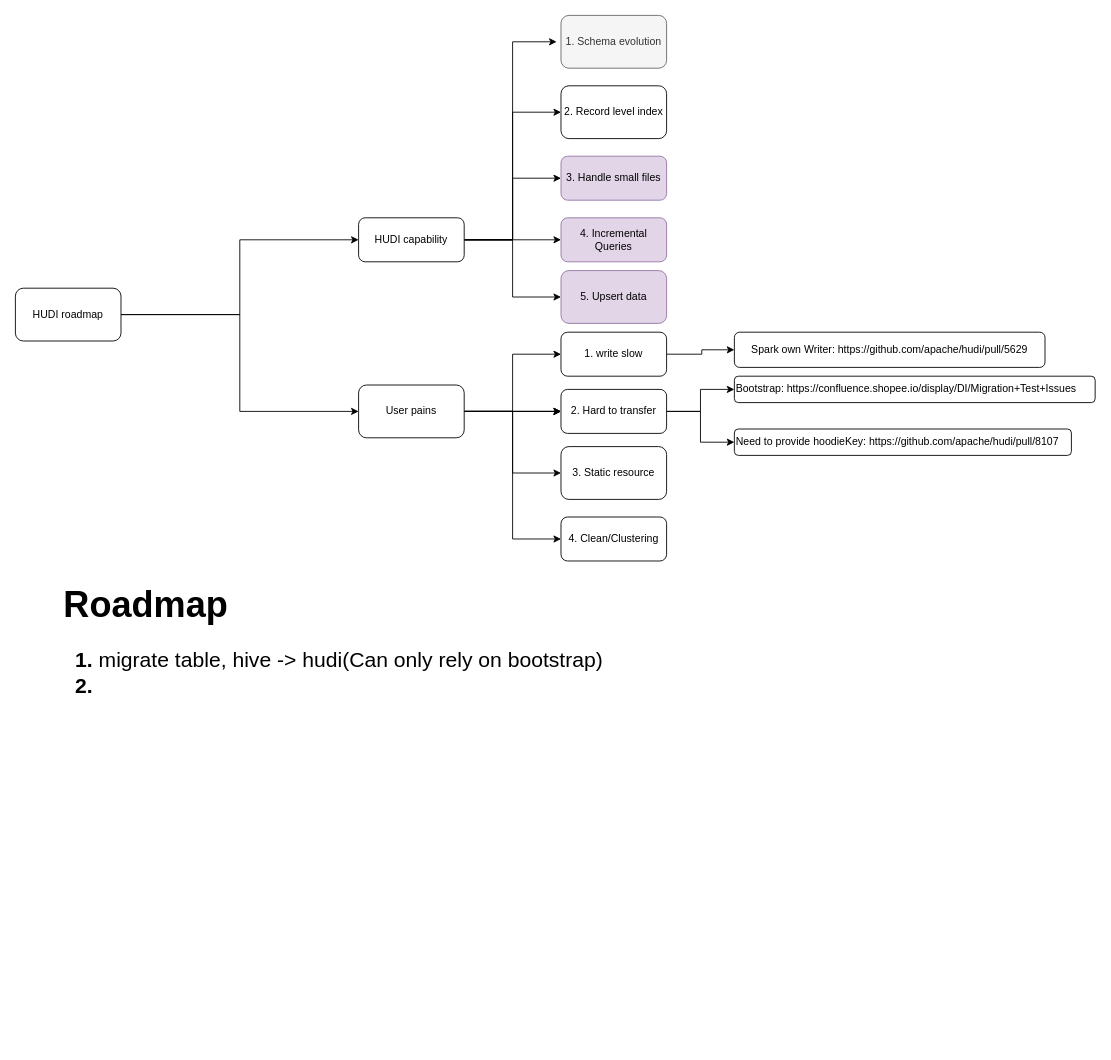
This is HUDI_roadmap.drawio from boneanxs/drawIo, a draw.io file, before an edit. Source tidied: cells renumbered, new cells numbered last; positions are measured from the earlier drawing's top-left corner, leaving out a move shared by most shapes. Both pictures are drawn from the tidied source at 88%, with x=0, y=0 at pixel (15, 15).
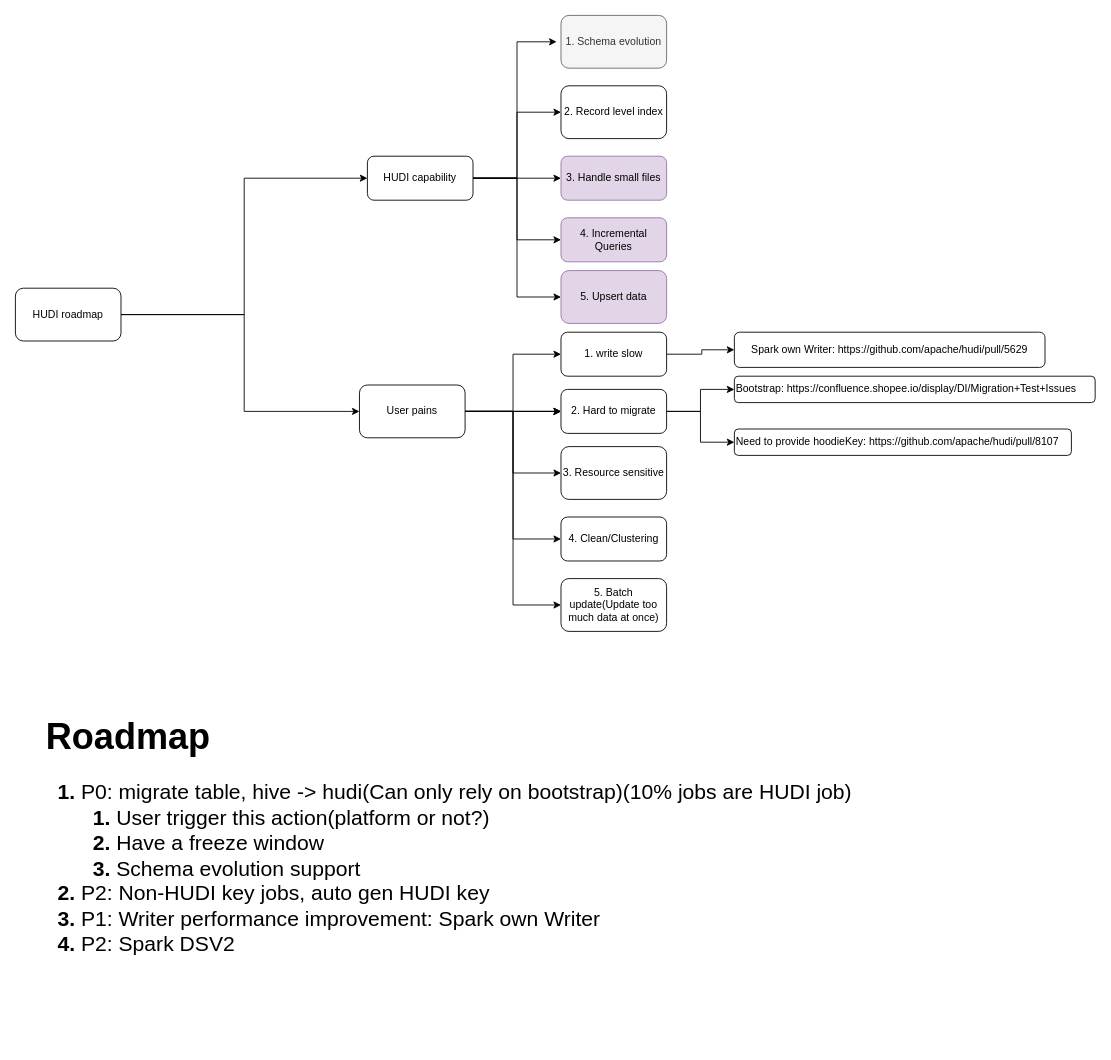
Above is the later version.

Unchanged cells that the change refers to:
```xml
<mxCell id="4" value="HUDI roadmap" style="rounded=1;whiteSpace=wrap;html=1;" parent="1" vertex="1">
  <mxGeometry y="310" width="120" height="60" as="geometry" />
</mxCell>
```

Change to the diagram source:
```diff
@@
     <mxCell id="3" style="edgeStyle=orthogonalEdgeStyle;rounded=0;jettySize=auto;html=1;entryX=0;entryY=0.5;entryDx=0;entryDy=0;" parent="1" edge="1" source="4" target="22">
-      <mxGeometry relative="1" as="geometry" />
+      <mxGeometry relative="1" as="geometry">
+        <Array as="points">
+          <mxPoint x="260" y="340" />
+          <mxPoint x="260" y="450" />
+        </Array>
+      </mxGeometry>
     </mxCell>
@@
-    <mxCell id="5" style="edgeStyle=orthogonalEdgeStyle;rounded=0;orthogonalLoop=1;jettySize=auto;html=1;entryX=0;entryY=0.5;entryDx=0;entryDy=0;exitX=1;exitY=0.5;exitDx=0;exitDy=0;" parent="1" edge="1">
+    <mxCell id="5" style="edgeStyle=orthogonalEdgeStyle;rounded=0;jettySize=auto;html=1;entryX=0;entryY=0.5;entryDx=0;entryDy=0;exitX=1;exitY=0.5;exitDx=0;exitDy=0;" parent="1" edge="1" source="10">
       <mxGeometry relative="1" as="geometry">
-        <mxPoint x="505" y="255" as="sourcePoint" />
         <mxPoint x="615" y="30" as="targetPoint" />
         <Array as="points">
-          <mxPoint x="565" y="255" />
-          <mxPoint x="565" y="30" />
+          <mxPoint x="570" y="185" />
+          <mxPoint x="570" y="30" />
         </Array>
       </mxGeometry>
     </mxCell>
@@
     <mxCell id="10" value="HUDI capability" style="whiteSpace=wrap;html=1;rounded=1;" parent="1" vertex="1">
-      <mxGeometry x="390" y="230" width="120" height="50" as="geometry" />
+      <mxGeometry x="400" y="160" width="120" height="50" as="geometry" />
     </mxCell>
@@
+    <mxCell id="34" style="edgeStyle=orthogonalEdgeStyle;rounded=0;jettySize=auto;html=1;entryX=0;entryY=0.5;entryDx=0;entryDy=0;" parent="1" edge="1" source="22" target="35">
+      <mxGeometry relative="1" as="geometry" />
+    </mxCell>
     <mxCell id="22" value="User pains" style="whiteSpace=wrap;html=1;rounded=1;" parent="1" vertex="1">
-      <mxGeometry x="390" y="420" width="120" height="60" as="geometry" />
+      <mxGeometry x="391" y="420" width="120" height="60" as="geometry" />
     </mxCell>
@@
-    <mxCell id="27" value="2. Hard to transfer" style="whiteSpace=wrap;html=1;rounded=1;" parent="1" vertex="1">
+    <mxCell id="27" value="2. Hard to migrate" style="whiteSpace=wrap;html=1;rounded=1;" parent="1" vertex="1">
       <mxGeometry x="620" y="425" width="120" height="50" as="geometry" />
     </mxCell>
-    <mxCell id="28" value="3. Static resource" style="whiteSpace=wrap;html=1;rounded=1;" parent="1" vertex="1">
+    <mxCell id="28" value="3. Resource sensitive" style="whiteSpace=wrap;html=1;rounded=1;" parent="1" vertex="1">
       <mxGeometry x="620" y="490" width="120" height="60" as="geometry" />
     </mxCell>
@@
-    <mxCell id="33" value="&lt;h1&gt;&lt;span style=&quot;background-color: initial;&quot;&gt;&lt;font style=&quot;font-size: 41px;&quot;&gt;Roadmap&lt;/font&gt;&lt;/span&gt;&lt;/h1&gt;&lt;h1&gt;&lt;ol style=&quot;&quot;&gt;&lt;li&gt;&lt;span style=&quot;font-weight: 400;&quot;&gt;&lt;font style=&quot;font-size: 24px;&quot;&gt;migrate table, hive -&amp;gt; hudi(Can only rely on bootstrap)&lt;/font&gt;&lt;/span&gt;&lt;/li&gt;&lt;li&gt;&lt;span style=&quot;font-weight: 400;&quot;&gt;&lt;font style=&quot;font-size: 24px;&quot;&gt;&lt;br&gt;&lt;/font&gt;&lt;/span&gt;&lt;/li&gt;&lt;/ol&gt;&lt;/h1&gt;" style="text;html=1;strokeColor=none;fillColor=none;spacing=5;spacingTop=-20;whiteSpace=wrap;overflow=hidden;rounded=0;" parent="1" vertex="1">
-      <mxGeometry x="50" y="640" width="1100" height="380" as="geometry" />
+    <mxCell id="33" value="&lt;h1&gt;&lt;span style=&quot;background-color: initial;&quot;&gt;&lt;font style=&quot;font-size: 41px;&quot;&gt;Roadmap&lt;/font&gt;&lt;/span&gt;&lt;/h1&gt;&lt;h1&gt;&lt;ol style=&quot;&quot;&gt;&lt;li&gt;&lt;span style=&quot;font-weight: 400;&quot;&gt;&lt;font style=&quot;font-size: 24px;&quot;&gt;P0: migrate table, hive -&amp;gt; hudi(Can only rely on bootstrap)(10% jobs are HUDI job)&lt;/font&gt;&lt;/span&gt;&lt;/li&gt;&lt;ol&gt;&lt;li&gt;&lt;span style=&quot;font-weight: 400;&quot;&gt;&lt;font style=&quot;font-size: 24px;&quot;&gt;User trigger this action(platform or not?)&lt;/font&gt;&lt;/span&gt;&lt;/li&gt;&lt;li&gt;&lt;span style=&quot;font-weight: 400;&quot;&gt;Have a freeze window&lt;/span&gt;&lt;/li&gt;&lt;li&gt;&lt;span style=&quot;font-weight: 400;&quot;&gt;Schema evolution support&lt;/span&gt;&lt;/li&gt;&lt;/ol&gt;&lt;li&gt;&lt;span style=&quot;font-weight: 400;&quot;&gt;&lt;font style=&quot;font-size: 24px;&quot;&gt;P2: Non-HUDI key jobs, auto gen HUDI key&lt;/font&gt;&lt;/span&gt;&lt;/li&gt;&lt;li&gt;&lt;span style=&quot;font-weight: 400;&quot;&gt;&lt;font style=&quot;font-size: 24px;&quot;&gt;P1: Writer performance improvement: Spark own Writer&lt;/font&gt;&lt;/span&gt;&lt;/li&gt;&lt;li&gt;&lt;span style=&quot;font-weight: 400;&quot;&gt;&lt;font style=&quot;font-size: 24px;&quot;&gt;P2: Spark DSV2&lt;/font&gt;&lt;/span&gt;&lt;/li&gt;&lt;/ol&gt;&lt;/h1&gt;" style="text;html=1;strokeColor=none;fillColor=none;spacing=5;spacingTop=-20;whiteSpace=wrap;overflow=hidden;rounded=0;" parent="1" vertex="1">
+      <mxGeometry x="30" y="790" width="1100" height="380" as="geometry" />
     </mxCell>
+    <mxCell id="35" value="5. Batch update(Update too much data at once)" style="whiteSpace=wrap;html=1;rounded=1;" parent="1" vertex="1">
+      <mxGeometry x="620" y="640" width="120" height="60" as="geometry" />
+    </mxCell>
```
